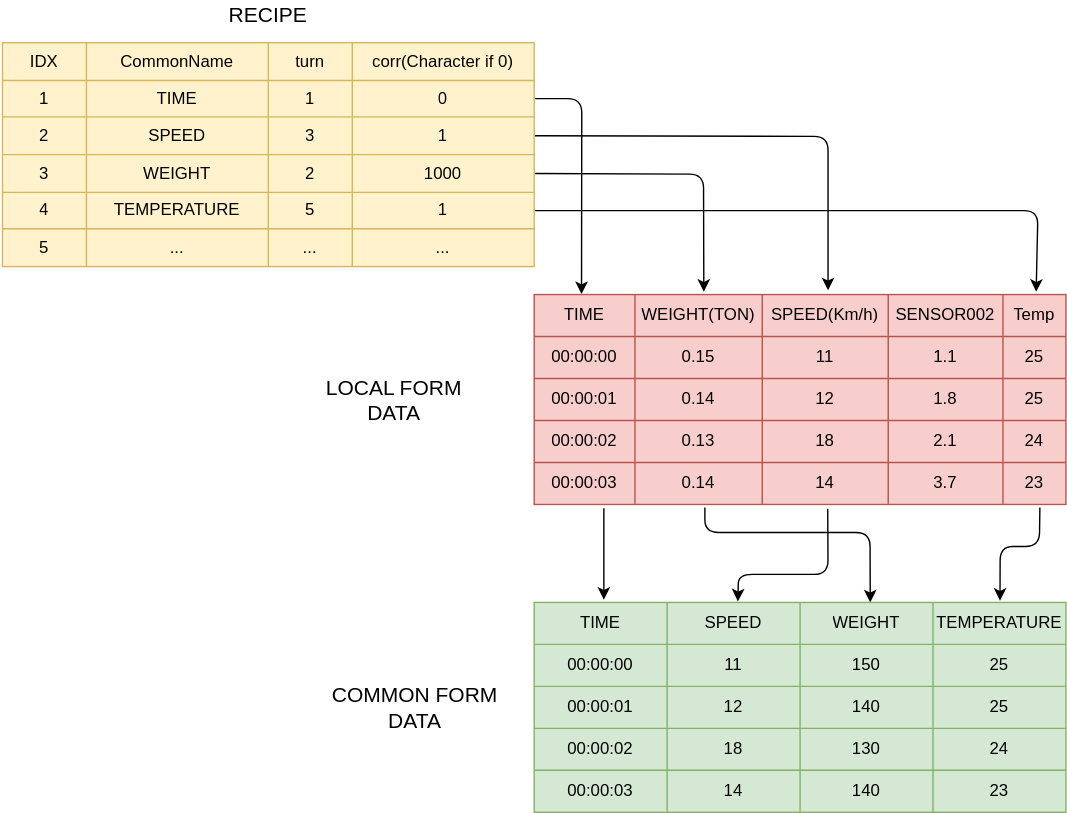
The draw.io diagram img/merge_diagram.svg in elhaz/MergeCommonForm, before a commit. Source tidied: cells renumbered, new cells last; positions are measured from the earlier drawing's top-left corner, leaving out a move shared by most shapes.
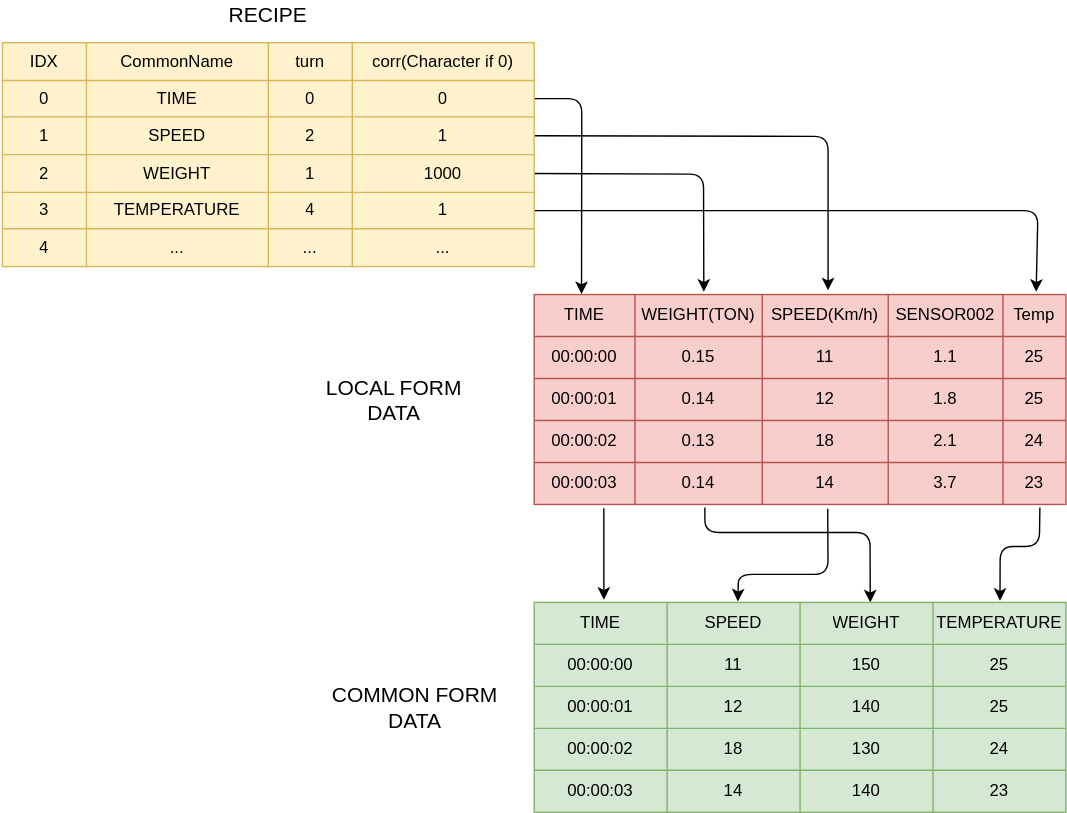
The same file after the commit.

Change to the diagram source:
```diff
@@ -79,13 +79,13 @@
     <mxCell id="16" style="shape=partialRectangle;html=1;whiteSpace=wrap;fillColor=none;top=0;left=0;bottom=0;right=0;points=[[0,0.5],[1,0.5]];portConstraint=eastwest;" parent="10" vertex="1">
       <mxGeometry y="27" width="380" height="26" as="geometry" />
     </mxCell>
-    <mxCell id="17" value="1" style="shape=partialRectangle;html=1;whiteSpace=wrap;overflow=hidden;fillColor=none;top=0;left=0;bottom=0;right=0;" parent="16" vertex="1">
+    <mxCell id="17" value="0" style="shape=partialRectangle;html=1;whiteSpace=wrap;overflow=hidden;fillColor=none;top=0;left=0;bottom=0;right=0;" parent="16" vertex="1">
       <mxGeometry width="60" height="26" as="geometry" />
     </mxCell>
     <mxCell id="18" value="TIME" style="shape=partialRectangle;html=1;whiteSpace=wrap;overflow=hidden;fillColor=none;top=0;left=0;bottom=0;right=0;" parent="16" vertex="1">
       <mxGeometry x="60" width="130" height="26" as="geometry" />
     </mxCell>
-    <mxCell id="19" value="1" style="shape=partialRectangle;html=1;whiteSpace=wrap;overflow=hidden;fillColor=none;top=0;left=0;bottom=0;right=0;" parent="16" vertex="1">
+    <mxCell id="19" value="0" style="shape=partialRectangle;html=1;whiteSpace=wrap;overflow=hidden;fillColor=none;top=0;left=0;bottom=0;right=0;" parent="16" vertex="1">
       <mxGeometry x="190" width="60" height="26" as="geometry" />
     </mxCell>
     <mxCell id="20" value="0" style="shape=partialRectangle;html=1;whiteSpace=wrap;overflow=hidden;fillColor=none;top=0;left=0;bottom=0;right=0;" parent="16" vertex="1">
@@ -94,13 +94,13 @@
     <mxCell id="21" style="shape=partialRectangle;html=1;whiteSpace=wrap;fillColor=none;top=0;left=0;bottom=0;right=0;points=[[0,0.5],[1,0.5]];portConstraint=eastwest;" parent="10" vertex="1">
       <mxGeometry y="53" width="380" height="27" as="geometry" />
     </mxCell>
-    <mxCell id="22" value="2" style="shape=partialRectangle;html=1;whiteSpace=wrap;overflow=hidden;fillColor=none;top=0;left=0;bottom=0;right=0;" parent="21" vertex="1">
+    <mxCell id="22" value="1" style="shape=partialRectangle;html=1;whiteSpace=wrap;overflow=hidden;fillColor=none;top=0;left=0;bottom=0;right=0;" parent="21" vertex="1">
       <mxGeometry width="60" height="27" as="geometry" />
     </mxCell>
     <mxCell id="23" value="SPEED" style="shape=partialRectangle;html=1;whiteSpace=wrap;overflow=hidden;fillColor=none;top=0;left=0;bottom=0;right=0;" parent="21" vertex="1">
       <mxGeometry x="60" width="130" height="27" as="geometry" />
     </mxCell>
-    <mxCell id="24" value="3" style="shape=partialRectangle;html=1;whiteSpace=wrap;overflow=hidden;fillColor=none;top=0;left=0;bottom=0;right=0;" parent="21" vertex="1">
+    <mxCell id="24" value="2" style="shape=partialRectangle;html=1;whiteSpace=wrap;overflow=hidden;fillColor=none;top=0;left=0;bottom=0;right=0;" parent="21" vertex="1">
       <mxGeometry x="190" width="60" height="27" as="geometry" />
     </mxCell>
     <mxCell id="25" value="1" style="shape=partialRectangle;html=1;whiteSpace=wrap;overflow=hidden;fillColor=none;top=0;left=0;bottom=0;right=0;" parent="21" vertex="1">
@@ -109,13 +109,13 @@
     <mxCell id="26" style="shape=partialRectangle;html=1;whiteSpace=wrap;fillColor=none;top=0;left=0;bottom=0;right=0;points=[[0,0.5],[1,0.5]];portConstraint=eastwest;" parent="10" vertex="1">
       <mxGeometry y="80" width="380" height="27" as="geometry" />
     </mxCell>
-    <mxCell id="27" value="3" style="shape=partialRectangle;html=1;whiteSpace=wrap;overflow=hidden;fillColor=none;top=0;left=0;bottom=0;right=0;" parent="26" vertex="1">
+    <mxCell id="27" value="2" style="shape=partialRectangle;html=1;whiteSpace=wrap;overflow=hidden;fillColor=none;top=0;left=0;bottom=0;right=0;" parent="26" vertex="1">
       <mxGeometry width="60" height="27" as="geometry" />
     </mxCell>
     <mxCell id="28" value="WEIGHT" style="shape=partialRectangle;html=1;whiteSpace=wrap;overflow=hidden;fillColor=none;top=0;left=0;bottom=0;right=0;" parent="26" vertex="1">
       <mxGeometry x="60" width="130" height="27" as="geometry" />
     </mxCell>
-    <mxCell id="29" value="2" style="shape=partialRectangle;html=1;whiteSpace=wrap;overflow=hidden;fillColor=none;top=0;left=0;bottom=0;right=0;" parent="26" vertex="1">
+    <mxCell id="29" value="1" style="shape=partialRectangle;html=1;whiteSpace=wrap;overflow=hidden;fillColor=none;top=0;left=0;bottom=0;right=0;" parent="26" vertex="1">
       <mxGeometry x="190" width="60" height="27" as="geometry" />
     </mxCell>
     <mxCell id="30" value="1000" style="shape=partialRectangle;html=1;whiteSpace=wrap;overflow=hidden;fillColor=none;top=0;left=0;bottom=0;right=0;" parent="26" vertex="1">
@@ -124,13 +124,13 @@
     <mxCell id="31" style="shape=partialRectangle;html=1;whiteSpace=wrap;fillColor=none;top=0;left=0;bottom=0;right=0;points=[[0,0.5],[1,0.5]];portConstraint=eastwest;" parent="10" vertex="1">
       <mxGeometry y="107" width="380" height="26" as="geometry" />
     </mxCell>
-    <mxCell id="32" value="4" style="shape=partialRectangle;html=1;whiteSpace=wrap;overflow=hidden;fillColor=none;top=0;left=0;bottom=0;right=0;" parent="31" vertex="1">
+    <mxCell id="32" value="3" style="shape=partialRectangle;html=1;whiteSpace=wrap;overflow=hidden;fillColor=none;top=0;left=0;bottom=0;right=0;" parent="31" vertex="1">
       <mxGeometry width="60" height="26" as="geometry" />
     </mxCell>
     <mxCell id="33" value="TEMPERATURE" style="shape=partialRectangle;html=1;whiteSpace=wrap;overflow=hidden;fillColor=none;top=0;left=0;bottom=0;right=0;" parent="31" vertex="1">
       <mxGeometry x="60" width="130" height="26" as="geometry" />
     </mxCell>
-    <mxCell id="34" value="5" style="shape=partialRectangle;html=1;whiteSpace=wrap;overflow=hidden;fillColor=none;top=0;left=0;bottom=0;right=0;" parent="31" vertex="1">
+    <mxCell id="34" value="4" style="shape=partialRectangle;html=1;whiteSpace=wrap;overflow=hidden;fillColor=none;top=0;left=0;bottom=0;right=0;" parent="31" vertex="1">
       <mxGeometry x="190" width="60" height="26" as="geometry" />
     </mxCell>
     <mxCell id="35" value="1" style="shape=partialRectangle;html=1;whiteSpace=wrap;overflow=hidden;fillColor=none;top=0;left=0;bottom=0;right=0;" parent="31" vertex="1">
@@ -139,7 +139,7 @@
     <mxCell id="36" style="shape=partialRectangle;html=1;whiteSpace=wrap;fillColor=none;top=0;left=0;bottom=0;right=0;" parent="10" vertex="1">
       <mxGeometry y="133" width="380" height="27" as="geometry" />
     </mxCell>
-    <mxCell id="37" value="5" style="shape=partialRectangle;html=1;whiteSpace=wrap;overflow=hidden;fillColor=none;top=0;left=0;bottom=0;right=0;" parent="36" vertex="1">
+    <mxCell id="37" value="4" style="shape=partialRectangle;html=1;whiteSpace=wrap;overflow=hidden;fillColor=none;top=0;left=0;bottom=0;right=0;" parent="36" vertex="1">
       <mxGeometry width="60" height="27" as="geometry" />
     </mxCell>
     <mxCell id="38" value="..." style="shape=partialRectangle;html=1;whiteSpace=wrap;overflow=hidden;fillColor=none;top=0;left=0;bottom=0;right=0;" parent="36" vertex="1">
```
